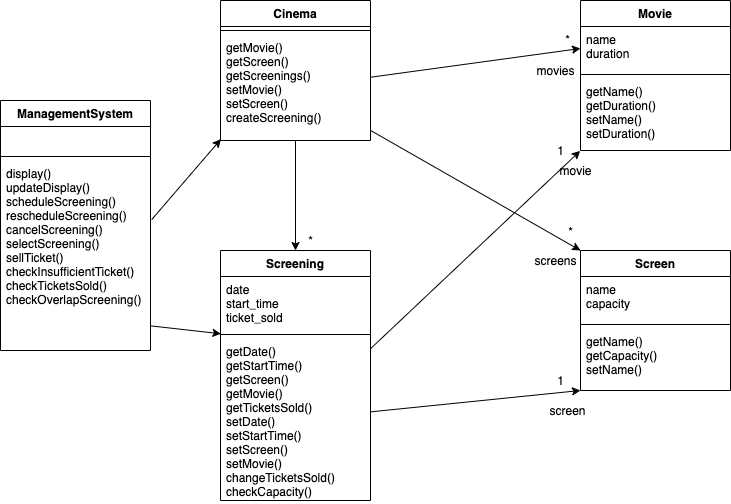
echo-cool/COMP3013J-Object-Oriented-Design-Cinema-Management-and-Booking-System keeps this draw.io diagram as Analysis/ClassDiagram.drawio.png. Above is the earlier version. Source tidied: cells renumbered, new cells last; positions are measured from the earlier drawing's top-left corner, leaving out a move shared by most shapes. Its diagram source:
```xml
<mxGraphModel>
  <root>
    <mxCell id="0" />
    <mxCell id="1" parent="0" />
    <mxCell id="2" value="ManagementSystem" style="swimlane;fontStyle=1;align=center;verticalAlign=top;horizontal=1;startSize=26;" parent="1" vertex="1">
      <mxGeometry y="100" width="150" height="250" as="geometry" />
    </mxCell>
    <mxCell id="3" value="  " style="text;strokeColor=none;fillColor=none;align=left;verticalAlign=top;spacingLeft=4;spacingRight=4;overflow=hidden;" parent="2" vertex="1">
      <mxGeometry y="26" width="150" height="26" as="geometry" />
    </mxCell>
    <mxCell id="4" style="line;strokeWidth=1;fillColor=none;align=left;verticalAlign=middle;spacingTop=-1;spacingLeft=3;spacingRight=3;labelPosition=right;" parent="2" vertex="1">
      <mxGeometry y="52" width="150" height="8" as="geometry" />
    </mxCell>
    <mxCell id="5" value="display()&#10;updateDisplay()&#10;scheduleScreening()&#10;rescheduleScreening()&#10;cancelScreening()&#10;selectScreening()&#10;sellTicket()&#10;checkInsufficientTicket()&#10;checkTicketsSold()&#10;checkOverlapScreening()" style="text;strokeColor=none;fillColor=none;align=left;verticalAlign=top;spacingLeft=4;spacingRight=4;overflow=hidden;points=[[0,0.5],[1,0.5]];portConstraint=eastwest;labelBackgroundColor=#ffffff;" parent="2" vertex="1">
      <mxGeometry y="60" width="150" height="190" as="geometry" />
    </mxCell>
    <mxCell id="6" value="Screening" style="swimlane;fontStyle=1;align=center;verticalAlign=top;horizontal=1;startSize=26;" parent="1" vertex="1">
      <mxGeometry x="220" y="250" width="150" height="250" as="geometry" />
    </mxCell>
    <mxCell id="7" value="date&#10;start_time&#10;ticket_sold" style="text;strokeColor=none;fillColor=none;align=left;verticalAlign=top;spacingLeft=4;spacingRight=4;overflow=hidden;points=[[0,0.5],[1,0.5]];portConstraint=eastwest;" parent="6" vertex="1">
      <mxGeometry y="26" width="150" height="54" as="geometry" />
    </mxCell>
    <mxCell id="8" style="line;strokeWidth=1;fillColor=none;align=left;verticalAlign=middle;spacingTop=-1;spacingLeft=3;spacingRight=3;labelPosition=right;" parent="6" vertex="1">
      <mxGeometry y="80" width="150" height="8" as="geometry" />
    </mxCell>
    <mxCell id="9" value="getDate()&#10;getStartTime()&#10;getScreen()&#10;getMovie()&#10;getTicketsSold()&#10;setDate()&#10;setStartTime()&#10;setScreen()&#10;setMovie()&#10;changeTicketsSold()&#10;checkCapacity()" style="text;strokeColor=none;fillColor=none;align=left;verticalAlign=top;spacingLeft=4;spacingRight=4;overflow=hidden;points=[[0,0.5],[1,0.5]];portConstraint=eastwest;" parent="6" vertex="1">
      <mxGeometry y="88" width="150" height="162" as="geometry" />
    </mxCell>
    <mxCell id="10" value="Movie" style="swimlane;fontStyle=1;align=center;verticalAlign=top;horizontal=1;startSize=26;" parent="1" vertex="1">
      <mxGeometry x="580" width="150" height="150" as="geometry" />
    </mxCell>
    <mxCell id="11" value="name&#10;duration" style="text;strokeColor=none;fillColor=none;align=left;verticalAlign=top;spacingLeft=4;spacingRight=4;overflow=hidden;points=[[0,0.5],[1,0.5]];portConstraint=eastwest;" parent="10" vertex="1">
      <mxGeometry y="26" width="150" height="44" as="geometry" />
    </mxCell>
    <mxCell id="12" style="line;strokeWidth=1;fillColor=none;align=left;verticalAlign=middle;spacingTop=-1;spacingLeft=3;spacingRight=3;labelPosition=right;" parent="10" vertex="1">
      <mxGeometry y="70" width="150" height="8" as="geometry" />
    </mxCell>
    <mxCell id="13" value="getName()&#10;getDuration()&#10;setName()&#10;setDuration()" style="text;strokeColor=none;fillColor=none;align=left;verticalAlign=top;spacingLeft=4;spacingRight=4;overflow=hidden;points=[[0,0.5],[1,0.5]];portConstraint=eastwest;" parent="10" vertex="1">
      <mxGeometry y="78" width="150" height="72" as="geometry" />
    </mxCell>
    <mxCell id="14" value="Screen" style="swimlane;fontStyle=1;align=center;verticalAlign=top;horizontal=1;startSize=26;" parent="1" vertex="1">
      <mxGeometry x="580" y="250" width="150" height="140" as="geometry" />
    </mxCell>
    <mxCell id="15" value="name&#10;capacity" style="text;strokeColor=none;fillColor=none;align=left;verticalAlign=top;spacingLeft=4;spacingRight=4;overflow=hidden;" parent="14" vertex="1">
      <mxGeometry y="26" width="150" height="44" as="geometry" />
    </mxCell>
    <mxCell id="16" style="line;strokeWidth=1;fillColor=none;align=left;verticalAlign=middle;spacingTop=-1;spacingLeft=3;spacingRight=3;labelPosition=right;" parent="14" vertex="1">
      <mxGeometry y="70" width="150" height="8" as="geometry" />
    </mxCell>
    <mxCell id="17" value="getName()&#10;getCapacity()&#10;setName()&#10;" style="text;strokeColor=none;fillColor=none;align=left;verticalAlign=top;spacingLeft=4;spacingRight=4;overflow=hidden;points=[[0,0.5],[1,0.5]];portConstraint=eastwest;" parent="14" vertex="1">
      <mxGeometry y="78" width="150" height="62" as="geometry" />
    </mxCell>
    <mxCell id="18" style="rounded=0;jettySize=auto;html=1;entryX=0.003;entryY=1.061;entryDx=0;entryDy=0;exitX=0.997;exitY=0.87;exitDx=0;exitDy=0;exitPerimeter=0;entryPerimeter=0;" parent="1" edge="1" source="5" target="7">
      <mxGeometry relative="1" as="geometry" />
    </mxCell>
    <mxCell id="19" value="Cinema" style="swimlane;fontStyle=1;align=center;verticalAlign=top;horizontal=1;startSize=26;" parent="1" vertex="1">
      <mxGeometry x="220" width="150" height="140" as="geometry" />
    </mxCell>
    <mxCell id="20" style="line;strokeWidth=1;fillColor=none;align=left;verticalAlign=middle;spacingTop=-1;spacingLeft=3;spacingRight=3;labelPosition=right;" parent="19" vertex="1">
      <mxGeometry y="26" width="150" height="8" as="geometry" />
    </mxCell>
    <mxCell id="21" value="getMovie()&#10;getScreen()&#10;getScreenings()&#10;setMovie()&#10;setScreen()&#10;createScreening()&#10;" style="text;strokeColor=none;fillColor=none;align=left;verticalAlign=top;spacingLeft=4;spacingRight=4;overflow=hidden;points=[[0,0.5],[1,0.5]];portConstraint=eastwest;" parent="19" vertex="1">
      <mxGeometry y="34" width="150" height="106" as="geometry" />
    </mxCell>
    <mxCell id="22" style="edgeStyle=none;rounded=0;jettySize=auto;html=1;entryX=0.003;entryY=0.987;entryDx=0;entryDy=0;exitX=1.008;exitY=0.311;exitDx=0;exitDy=0;exitPerimeter=0;entryPerimeter=0;" parent="1" edge="1" source="5" target="21">
      <mxGeometry relative="1" as="geometry" />
    </mxCell>
    <mxCell id="23" style="edgeStyle=none;rounded=0;jettySize=auto;html=1;entryX=0;entryY=0.5;entryDx=0;entryDy=0;" parent="1" edge="1" source="21" target="11">
      <mxGeometry relative="1" as="geometry" />
    </mxCell>
    <mxCell id="24" style="edgeStyle=none;rounded=0;jettySize=auto;html=1;entryX=0;entryY=0;entryDx=0;entryDy=0;" parent="1" edge="1" source="21" target="14">
      <mxGeometry relative="1" as="geometry" />
    </mxCell>
    <mxCell id="25" style="edgeStyle=none;rounded=0;jettySize=auto;html=1;entryX=-0.002;entryY=1.005;entryDx=0;entryDy=0;entryPerimeter=0;" parent="1" edge="1" source="9" target="13">
      <mxGeometry relative="1" as="geometry" />
    </mxCell>
    <mxCell id="26" style="edgeStyle=none;rounded=0;jettySize=auto;html=1;entryX=0;entryY=1;entryDx=0;entryDy=0;entryPerimeter=0;" parent="1" edge="1" source="9" target="17">
      <mxGeometry relative="1" as="geometry" />
    </mxCell>
    <mxCell id="27" style="edgeStyle=none;rounded=0;jettySize=auto;html=1;" parent="1" edge="1" source="21" target="6">
      <mxGeometry relative="1" as="geometry" />
    </mxCell>
    <mxCell id="28" value="*" style="text;html=1;align=center;verticalAlign=middle;" parent="1" vertex="1">
      <mxGeometry x="557" y="29" width="20" height="20" as="geometry" />
    </mxCell>
    <mxCell id="29" value="1" style="text;html=1;align=center;verticalAlign=middle;" parent="1" vertex="1">
      <mxGeometry x="550" y="140" width="20" height="20" as="geometry" />
    </mxCell>
    <mxCell id="30" value="*" style="text;html=1;align=center;verticalAlign=middle;" parent="1" vertex="1">
      <mxGeometry x="560" y="221" width="20" height="20" as="geometry" />
    </mxCell>
    <mxCell id="31" value="1" style="text;html=1;align=center;verticalAlign=middle;" parent="1" vertex="1">
      <mxGeometry x="550" y="370" width="20" height="20" as="geometry" />
    </mxCell>
    <mxCell id="32" value="*" style="text;html=1;align=center;verticalAlign=middle;" parent="1" vertex="1">
      <mxGeometry x="300" y="230" width="20" height="20" as="geometry" />
    </mxCell>
    <mxCell id="33" value="movie" style="text;html=1;align=center;verticalAlign=middle;strokeColor=none;fillColor=none;" parent="1" vertex="1">
      <mxGeometry x="550" y="160" width="50" height="20" as="geometry" />
    </mxCell>
    <mxCell id="34" value="movies" style="text;html=1;align=center;verticalAlign=middle;strokeColor=none;fillColor=none;" parent="1" vertex="1">
      <mxGeometry x="530" y="60" width="50" height="20" as="geometry" />
    </mxCell>
    <mxCell id="35" value="screen" style="text;html=1;align=center;verticalAlign=middle;strokeColor=none;fillColor=none;" parent="1" vertex="1">
      <mxGeometry x="542" y="400" width="50" height="20" as="geometry" />
    </mxCell>
    <mxCell id="36" value="screens" style="text;html=1;align=center;verticalAlign=middle;strokeColor=none;fillColor=none;" parent="1" vertex="1">
      <mxGeometry x="525" y="250" width="60" height="20" as="geometry" />
    </mxCell>
  </root>
</mxGraphModel>
```
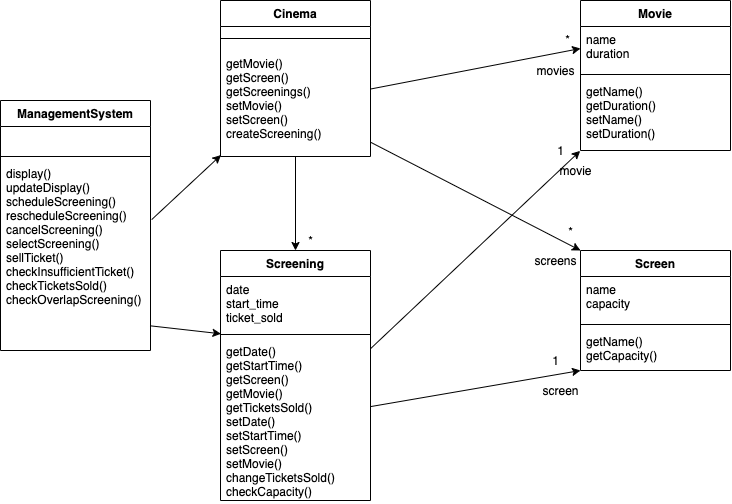
The same file after the commit.

Commit message:
chage-Class Responsibilities.pdf

Change to the diagram source:
```diff
@@ -39,7 +39,7 @@
       <mxGeometry y="78" width="150" height="72" as="geometry" />
     </mxCell>
     <mxCell id="14" value="Screen" style="swimlane;fontStyle=1;align=center;verticalAlign=top;horizontal=1;startSize=26;" parent="1" vertex="1">
-      <mxGeometry x="580" y="250" width="150" height="140" as="geometry" />
+      <mxGeometry x="580" y="250" width="150" height="120" as="geometry" />
     </mxCell>
     <mxCell id="15" value="name&#10;capacity" style="text;strokeColor=none;fillColor=none;align=left;verticalAlign=top;spacingLeft=4;spacingRight=4;overflow=hidden;" parent="14" vertex="1">
       <mxGeometry y="26" width="150" height="44" as="geometry" />
@@ -47,20 +47,20 @@
     <mxCell id="16" style="line;strokeWidth=1;fillColor=none;align=left;verticalAlign=middle;spacingTop=-1;spacingLeft=3;spacingRight=3;labelPosition=right;" parent="14" vertex="1">
       <mxGeometry y="70" width="150" height="8" as="geometry" />
     </mxCell>
-    <mxCell id="17" value="getName()&#10;getCapacity()&#10;setName()&#10;" style="text;strokeColor=none;fillColor=none;align=left;verticalAlign=top;spacingLeft=4;spacingRight=4;overflow=hidden;points=[[0,0.5],[1,0.5]];portConstraint=eastwest;" parent="14" vertex="1">
-      <mxGeometry y="78" width="150" height="62" as="geometry" />
+    <mxCell id="17" value="getName()&#10;getCapacity()" style="text;strokeColor=none;fillColor=none;align=left;verticalAlign=top;spacingLeft=4;spacingRight=4;overflow=hidden;points=[[0,0.5],[1,0.5]];portConstraint=eastwest;" parent="14" vertex="1">
+      <mxGeometry y="78" width="150" height="42" as="geometry" />
     </mxCell>
     <mxCell id="18" style="rounded=0;jettySize=auto;html=1;entryX=0.003;entryY=1.061;entryDx=0;entryDy=0;exitX=0.997;exitY=0.87;exitDx=0;exitDy=0;exitPerimeter=0;entryPerimeter=0;" parent="1" edge="1" source="5" target="7">
       <mxGeometry relative="1" as="geometry" />
     </mxCell>
     <mxCell id="19" value="Cinema" style="swimlane;fontStyle=1;align=center;verticalAlign=top;horizontal=1;startSize=26;" parent="1" vertex="1">
-      <mxGeometry x="220" width="150" height="140" as="geometry" />
+      <mxGeometry x="220" width="150" height="156" as="geometry" />
     </mxCell>
     <mxCell id="20" style="line;strokeWidth=1;fillColor=none;align=left;verticalAlign=middle;spacingTop=-1;spacingLeft=3;spacingRight=3;labelPosition=right;" parent="19" vertex="1">
-      <mxGeometry y="26" width="150" height="8" as="geometry" />
+      <mxGeometry y="26" width="150" height="24" as="geometry" />
     </mxCell>
     <mxCell id="21" value="getMovie()&#10;getScreen()&#10;getScreenings()&#10;setMovie()&#10;setScreen()&#10;createScreening()&#10;" style="text;strokeColor=none;fillColor=none;align=left;verticalAlign=top;spacingLeft=4;spacingRight=4;overflow=hidden;points=[[0,0.5],[1,0.5]];portConstraint=eastwest;" parent="19" vertex="1">
-      <mxGeometry y="34" width="150" height="106" as="geometry" />
+      <mxGeometry y="50" width="150" height="106" as="geometry" />
     </mxCell>
     <mxCell id="22" style="edgeStyle=none;rounded=0;jettySize=auto;html=1;entryX=0.003;entryY=0.987;entryDx=0;entryDy=0;exitX=1.008;exitY=0.311;exitDx=0;exitDy=0;exitPerimeter=0;entryPerimeter=0;" parent="1" edge="1" source="5" target="21">
       <mxGeometry relative="1" as="geometry" />
@@ -90,7 +90,7 @@
       <mxGeometry x="560" y="221" width="20" height="20" as="geometry" />
     </mxCell>
     <mxCell id="31" value="1" style="text;html=1;align=center;verticalAlign=middle;" parent="1" vertex="1">
-      <mxGeometry x="550" y="370" width="20" height="20" as="geometry" />
+      <mxGeometry x="545" y="350" width="20" height="20" as="geometry" />
     </mxCell>
     <mxCell id="32" value="*" style="text;html=1;align=center;verticalAlign=middle;" parent="1" vertex="1">
       <mxGeometry x="300" y="230" width="20" height="20" as="geometry" />
@@ -102,7 +102,7 @@
       <mxGeometry x="530" y="60" width="50" height="20" as="geometry" />
     </mxCell>
     <mxCell id="35" value="screen" style="text;html=1;align=center;verticalAlign=middle;strokeColor=none;fillColor=none;" parent="1" vertex="1">
-      <mxGeometry x="542" y="400" width="50" height="20" as="geometry" />
+      <mxGeometry x="535" y="380" width="50" height="20" as="geometry" />
     </mxCell>
     <mxCell id="36" value="screens" style="text;html=1;align=center;verticalAlign=middle;strokeColor=none;fillColor=none;" parent="1" vertex="1">
       <mxGeometry x="525" y="250" width="60" height="20" as="geometry" />
```
